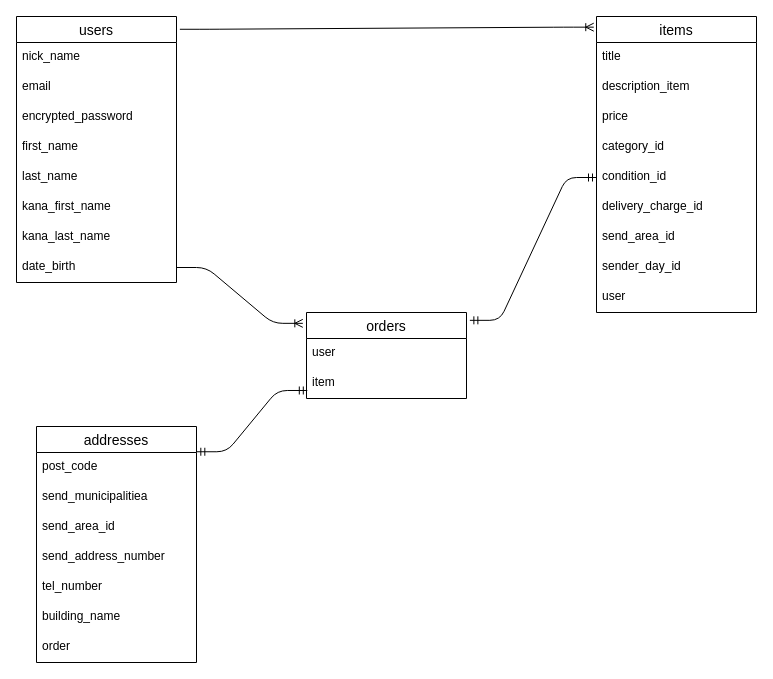
The draw.io diagram page "ページ1" (1 of 2) of er.dio in fuhewat/furima-39379, before the edit. Source tidied: cells renumbered, new cells numbered last; positions are measured from the earlier drawing's top-left corner, leaving out a move shared by most shapes. Both pictures are drawn from the tidied source at 100%, with x=0, y=0 at pixel (16, 16).
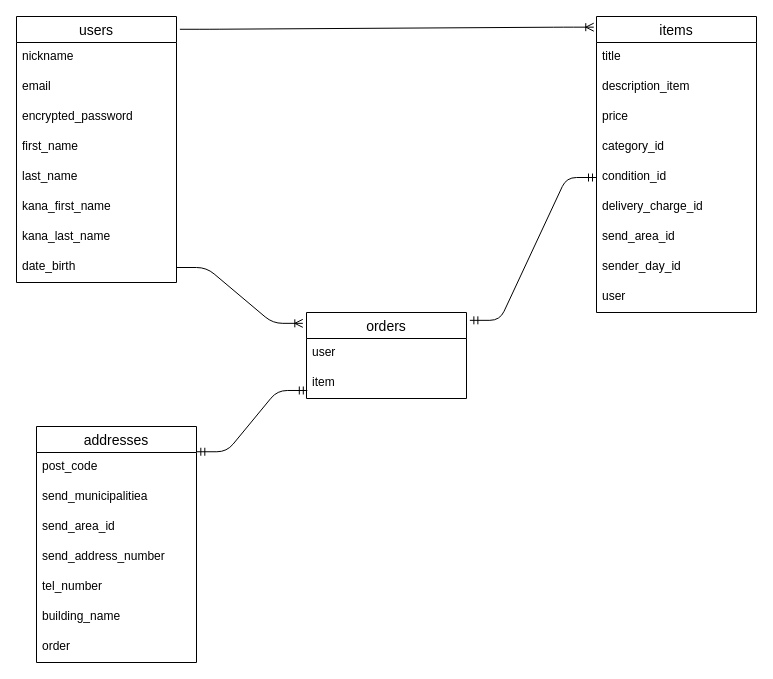
The same page after the edit.

Unchanged cells that the change refers to:
```xml
<mxCell id="2" value="users" style="swimlane;fontStyle=0;horizontal=1;startSize=26;align=center;fontSize=14;" parent="1" vertex="1">
  <mxGeometry width="160" height="266" as="geometry" />
</mxCell>
```

Diff of the diagram source:
```diff
@@
-    <mxCell id="3" value="nick_name" style="text;strokeColor=none;fillColor=none;spacingLeft=4;spacingRight=4;overflow=hidden;fontSize=12;" parent="2" vertex="1">
+    <mxCell id="3" value="nickname" style="text;strokeColor=none;fillColor=none;spacingLeft=4;spacingRight=4;overflow=hidden;fontSize=12;" parent="2" vertex="1">
       <mxGeometry y="26" width="160" height="30" as="geometry" />
     </mxCell>
```
